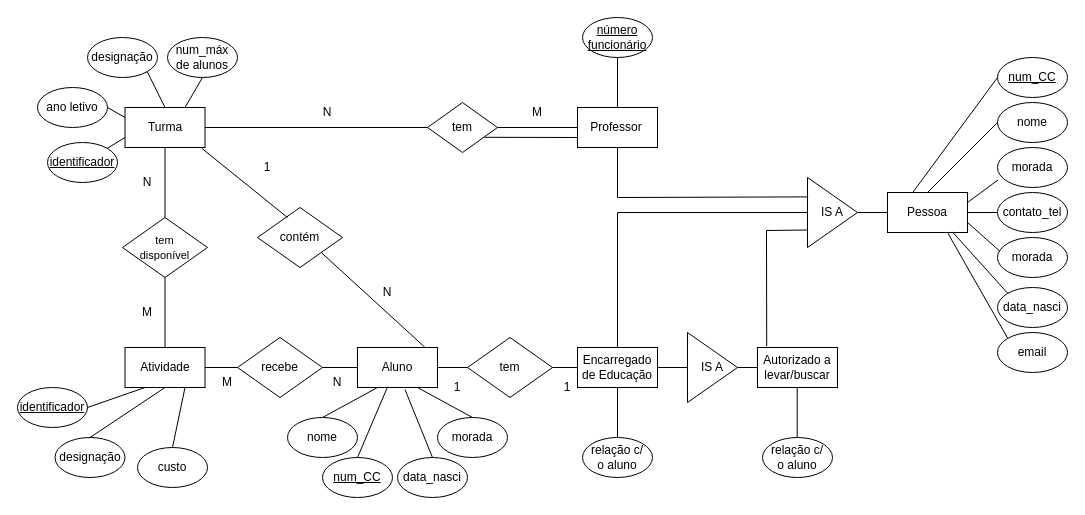
rtavares018/BD keeps this draw.io diagram as DiagramaEx4.drawio. Above is the earlier version. Source tidied: cells renumbered, new cells numbered last; positions are measured from the earlier drawing's top-left corner, leaving out a move shared by most shapes. Both pictures are drawn from the tidied source at 100%, with x=0, y=0 at pixel (17, 17).
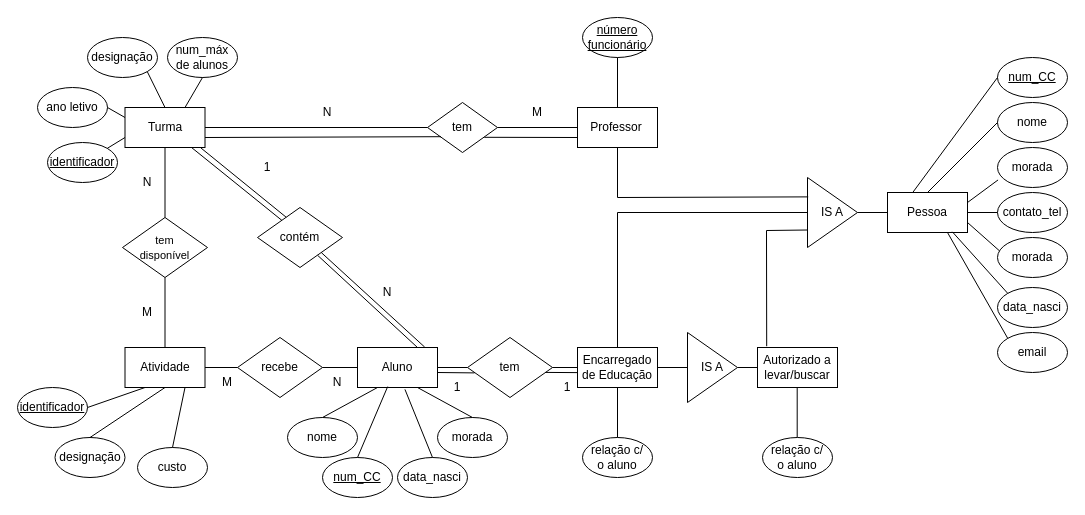
The same diagram, later.

The change refers to these unchanged cells:
```xml
<mxCell id="3" value="Turma" style="rounded=0;whiteSpace=wrap;html=1;" parent="1" vertex="1">
  <mxGeometry x="107.5" y="90" width="80" height="40" as="geometry" />
</mxCell>
<mxCell id="4" value="tem" style="rhombus;whiteSpace=wrap;html=1;" parent="1" vertex="1">
  <mxGeometry x="410" y="85" width="70" height="50" as="geometry" />
</mxCell>
<mxCell id="22" value="contém" style="rhombus;whiteSpace=wrap;html=1;" parent="1" vertex="1">
  <mxGeometry x="240" y="190" width="85" height="60" as="geometry" />
</mxCell>
<mxCell id="27" value="tem" style="rhombus;whiteSpace=wrap;html=1;" parent="1" vertex="1">
  <mxGeometry x="450" y="320" width="85" height="60" as="geometry" />
</mxCell>
<mxCell id="40" value="1" style="text;html=1;align=center;verticalAlign=middle;whiteSpace=wrap;rounded=0;" parent="1" vertex="1">
  <mxGeometry x="520" y="355" width="60" height="30" as="geometry" />
</mxCell>
```

Change to the diagram source:
```diff
@@
-    <mxCell id="23" style="endArrow=none;html=1;rounded=0;exitX=0.959;exitY=1.02;exitDx=0;exitDy=0;exitPerimeter=0;" parent="1" edge="1" source="3">
-      <mxGeometry relative="1" as="geometry">
-        <mxPoint x="270" y="200" as="targetPoint" />
-      </mxGeometry>
+    <mxCell id="23" style="endArrow=none;html=1;rounded=0;exitX=0.947;exitY=1.008;exitDx=0;exitDy=0;exitPerimeter=0;entryX=0.338;entryY=0.163;entryDx=0;entryDy=0;entryPerimeter=0;" parent="1" edge="1" source="3" target="22">
+      <mxGeometry relative="1" as="geometry" />
     </mxCell>
@@
+    <mxCell id="85" style="endArrow=none;html=1;rounded=0;exitX=0.708;exitY=0.798;exitDx=0;exitDy=0;entryX=0.84;entryY=-0.01;entryDx=0;entryDy=0;entryPerimeter=0;exitPerimeter=0;" parent="1" edge="1" source="22">
+      <mxGeometry relative="1" as="geometry">
+        <mxPoint x="400" y="330" as="targetPoint" />
+      </mxGeometry>
+    </mxCell>
+    <mxCell id="86" style="endArrow=none;html=1;rounded=0;exitX=0.834;exitY=1.004;exitDx=0;exitDy=0;exitPerimeter=0;entryX=0.288;entryY=0.216;entryDx=0;entryDy=0;entryPerimeter=0;" parent="1" edge="1" source="3" target="22">
+      <mxGeometry relative="1" as="geometry" />
+    </mxCell>
+    <mxCell id="87" style="endArrow=none;html=1;rounded=0;exitX=1;exitY=0.5;exitDx=0;exitDy=0;entryX=0.193;entryY=0.684;entryDx=0;entryDy=0;entryPerimeter=0;" parent="1" edge="1" target="4">
+      <mxGeometry relative="1" as="geometry">
+        <mxPoint x="187.5" y="120" as="sourcePoint" />
+      </mxGeometry>
+    </mxCell>
+    <mxCell id="88" style="endArrow=none;html=1;rounded=0;exitX=1;exitY=0.5;exitDx=0;exitDy=0;entryX=0.083;entryY=0.59;entryDx=0;entryDy=0;entryPerimeter=0;" parent="1" edge="1" target="27">
+      <mxGeometry relative="1" as="geometry">
+        <mxPoint x="420" y="355" as="sourcePoint" />
+      </mxGeometry>
+    </mxCell>
+    <mxCell id="89" style="endArrow=none;html=1;rounded=0;exitX=0.917;exitY=0.582;exitDx=0;exitDy=0;entryX=0.67;entryY=0.004;entryDx=0;entryDy=0;entryPerimeter=0;exitPerimeter=0;" parent="1" edge="1" source="27" target="40">
+      <mxGeometry relative="1" as="geometry" />
+    </mxCell>
```
